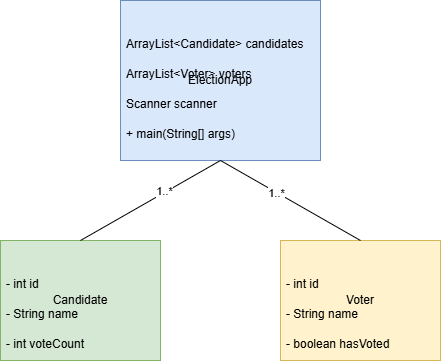
The draw.io diagram ElectionAppUML.png in devv-leo/election-app, before a commit. Source tidied: cells renumbered, new cells last; positions are measured from the earlier drawing's top-left corner, leaving out a move shared by most shapes. The source it was exported from:
```xml
<mxGraphModel>
  <root>
    <mxCell id="0" />
    <mxCell id="1" parent="0" />
    <mxCell id="2" value="ElectionApp" style="rounded=0;whiteSpace=wrap;html=1;fillColor=#dae8fc;strokeColor=#6c8ebf;" parent="1" vertex="1">
      <mxGeometry x="120" width="200" height="160" as="geometry" />
    </mxCell>
    <mxCell id="3" value="ArrayList&lt;Candidate&gt; candidates" style="text;strokeColor=none;fillColor=none;align=left;verticalAlign=top;spacingLeft=4;spacingRight=4;overflow=hidden;" parent="2" vertex="1">
      <mxGeometry y="30" width="200" height="30" as="geometry" />
    </mxCell>
    <mxCell id="4" value="ArrayList&lt;Voter&gt; voters" style="text;strokeColor=none;fillColor=none;align=left;verticalAlign=top;spacingLeft=4;spacingRight=4;overflow=hidden;" parent="2" vertex="1">
      <mxGeometry y="60" width="200" height="30" as="geometry" />
    </mxCell>
    <mxCell id="5" value="Scanner scanner" style="text;strokeColor=none;fillColor=none;align=left;verticalAlign=top;spacingLeft=4;spacingRight=4;overflow=hidden;" parent="2" vertex="1">
      <mxGeometry y="90" width="200" height="30" as="geometry" />
    </mxCell>
    <mxCell id="6" value="+ main(String[] args)" style="text;strokeColor=none;fillColor=none;align=left;verticalAlign=top;spacingLeft=4;spacingRight=4;overflow=hidden;" parent="2" vertex="1">
      <mxGeometry y="120" width="200" height="30" as="geometry" />
    </mxCell>
    <mxCell id="7" value="Candidate" style="rounded=0;whiteSpace=wrap;html=1;fillColor=#d5e8d4;strokeColor=#82b366;" parent="1" vertex="1">
      <mxGeometry y="240" width="160" height="120" as="geometry" />
    </mxCell>
    <mxCell id="8" value="- int id" style="text;strokeColor=none;fillColor=none;align=left;verticalAlign=top;spacingLeft=4;spacingRight=4;overflow=hidden;" parent="7" vertex="1">
      <mxGeometry y="30" width="160" height="30" as="geometry" />
    </mxCell>
    <mxCell id="9" value="- String name" style="text;strokeColor=none;fillColor=none;align=left;verticalAlign=top;spacingLeft=4;spacingRight=4;overflow=hidden;" parent="7" vertex="1">
      <mxGeometry y="60" width="160" height="30" as="geometry" />
    </mxCell>
    <mxCell id="10" value="- int voteCount" style="text;strokeColor=none;fillColor=none;align=left;verticalAlign=top;spacingLeft=4;spacingRight=4;overflow=hidden;" parent="7" vertex="1">
      <mxGeometry y="90" width="160" height="30" as="geometry" />
    </mxCell>
    <mxCell id="11" value="Voter" style="rounded=0;whiteSpace=wrap;html=1;fillColor=#fff2cc;strokeColor=#d6b656;" parent="1" vertex="1">
      <mxGeometry x="280" y="240" width="160" height="120" as="geometry" />
    </mxCell>
    <mxCell id="12" value="- int id" style="text;strokeColor=none;fillColor=none;align=left;verticalAlign=top;spacingLeft=4;spacingRight=4;overflow=hidden;" parent="11" vertex="1">
      <mxGeometry y="30" width="160" height="30" as="geometry" />
    </mxCell>
    <mxCell id="13" value="- String name" style="text;strokeColor=none;fillColor=none;align=left;verticalAlign=top;spacingLeft=4;spacingRight=4;overflow=hidden;" parent="11" vertex="1">
      <mxGeometry y="60" width="160" height="30" as="geometry" />
    </mxCell>
    <mxCell id="14" value="- boolean hasVoted" style="text;strokeColor=none;fillColor=none;align=left;verticalAlign=top;spacingLeft=4;spacingRight=4;overflow=hidden;" parent="11" vertex="1">
      <mxGeometry y="90" width="160" height="30" as="geometry" />
    </mxCell>
    <mxCell id="15" style="endArrow=none;html=1;rounded=0;exitX=0.5;exitY=1;exitDx=0;exitDy=0;entryX=0.5;entryY=0;entryDx=0;entryDy=0;" parent="1" edge="1" source="2" target="7">
      <mxGeometry relative="1" as="geometry" />
    </mxCell>
    <mxCell id="16" value="1..*" style="edgeLabel;html=1;align=center;verticalAlign=middle;" parent="15" vertex="1">
      <mxGeometry x="-0.2" y="-1" relative="1" as="geometry" />
    </mxCell>
    <mxCell id="17" style="endArrow=none;html=1;rounded=0;exitX=0.5;exitY=1;exitDx=0;exitDy=0;entryX=0.5;entryY=0;entryDx=0;entryDy=0;" parent="1" edge="1" source="2" target="11">
      <mxGeometry relative="1" as="geometry" />
    </mxCell>
    <mxCell id="18" value="1..*" style="edgeLabel;html=1;align=center;verticalAlign=middle;" parent="17" vertex="1">
      <mxGeometry x="-0.2" y="-1" relative="1" as="geometry" />
    </mxCell>
  </root>
</mxGraphModel>
```
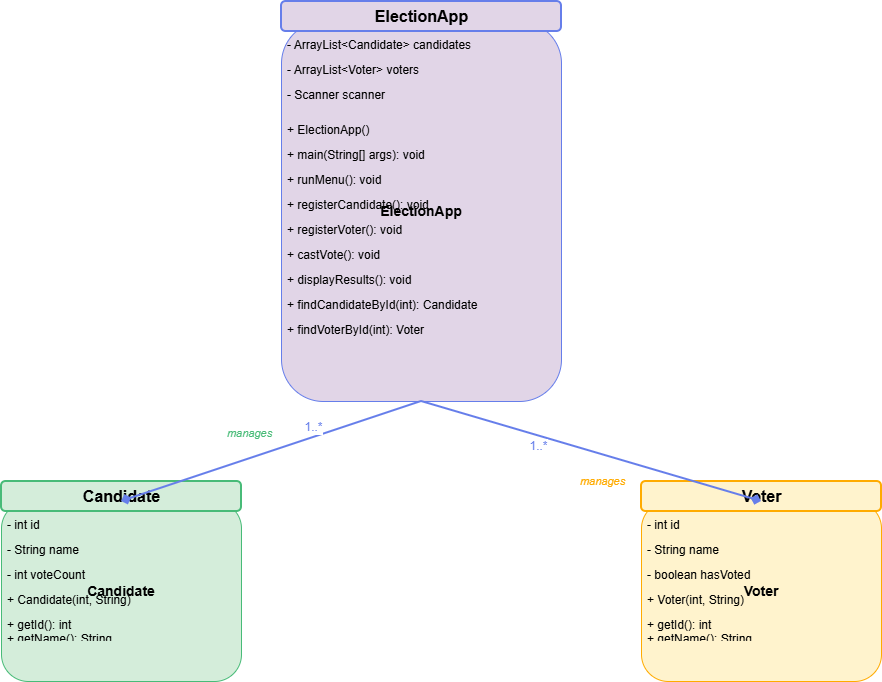
After the commit.

The edit, as a diff of the source:
```diff
@@ -2,56 +2,107 @@
   <root>
     <mxCell id="0" />
     <mxCell id="1" parent="0" />
-    <mxCell id="2" value="ElectionApp" style="rounded=0;whiteSpace=wrap;html=1;fillColor=#dae8fc;strokeColor=#6c8ebf;" parent="1" vertex="1">
-      <mxGeometry x="120" width="200" height="160" as="geometry" />
-    </mxCell>
-    <mxCell id="3" value="ArrayList&lt;Candidate&gt; candidates" style="text;strokeColor=none;fillColor=none;align=left;verticalAlign=top;spacingLeft=4;spacingRight=4;overflow=hidden;" parent="2" vertex="1">
-      <mxGeometry y="30" width="200" height="30" as="geometry" />
-    </mxCell>
-    <mxCell id="4" value="ArrayList&lt;Voter&gt; voters" style="text;strokeColor=none;fillColor=none;align=left;verticalAlign=top;spacingLeft=4;spacingRight=4;overflow=hidden;" parent="2" vertex="1">
-      <mxGeometry y="60" width="200" height="30" as="geometry" />
-    </mxCell>
-    <mxCell id="5" value="Scanner scanner" style="text;strokeColor=none;fillColor=none;align=left;verticalAlign=top;spacingLeft=4;spacingRight=4;overflow=hidden;" parent="2" vertex="1">
-      <mxGeometry y="90" width="200" height="30" as="geometry" />
-    </mxCell>
-    <mxCell id="6" value="+ main(String[] args)" style="text;strokeColor=none;fillColor=none;align=left;verticalAlign=top;spacingLeft=4;spacingRight=4;overflow=hidden;" parent="2" vertex="1">
-      <mxGeometry y="120" width="200" height="30" as="geometry" />
-    </mxCell>
-    <mxCell id="7" value="Candidate" style="rounded=0;whiteSpace=wrap;html=1;fillColor=#d5e8d4;strokeColor=#82b366;" parent="1" vertex="1">
-      <mxGeometry y="240" width="160" height="120" as="geometry" />
-    </mxCell>
-    <mxCell id="8" value="- int id" style="text;strokeColor=none;fillColor=none;align=left;verticalAlign=top;spacingLeft=4;spacingRight=4;overflow=hidden;" parent="7" vertex="1">
-      <mxGeometry y="30" width="160" height="30" as="geometry" />
-    </mxCell>
-    <mxCell id="9" value="- String name" style="text;strokeColor=none;fillColor=none;align=left;verticalAlign=top;spacingLeft=4;spacingRight=4;overflow=hidden;" parent="7" vertex="1">
-      <mxGeometry y="60" width="160" height="30" as="geometry" />
-    </mxCell>
+    <mxCell id="19" value="ElectionApp" style="rounded=1;whiteSpace=wrap;html=1;fillColor=#e1d5e7;strokeColor=#667eea;fontSize=14;fontStyle=1;" parent="1" vertex="1">
+      <mxGeometry x="570" y="210" width="280" height="380" as="geometry" />
+    </mxCell>
+    <mxCell id="20" value="- ArrayList&lt;Candidate&gt; candidates" style="text;strokeColor=none;fillColor=none;align=left;verticalAlign=top;spacingLeft=4;spacingRight=4;overflow=hidden;" parent="19" vertex="1">
+      <mxGeometry y="10" width="280" height="25" as="geometry" />
+    </mxCell>
+    <mxCell id="21" value="- ArrayList&lt;Voter&gt; voters" style="text;strokeColor=none;fillColor=none;align=left;verticalAlign=top;spacingLeft=4;spacingRight=4;overflow=hidden;" parent="19" vertex="1">
+      <mxGeometry y="35" width="280" height="25" as="geometry" />
+    </mxCell>
+    <mxCell id="22" value="- Scanner scanner" style="text;strokeColor=none;fillColor=none;align=left;verticalAlign=top;spacingLeft=4;spacingRight=4;overflow=hidden;" parent="19" vertex="1">
+      <mxGeometry y="60" width="280" height="25" as="geometry" />
+    </mxCell>
+    <mxCell id="23" value="+ ElectionApp()" style="text;strokeColor=none;fillColor=none;align=left;verticalAlign=top;spacingLeft=4;spacingRight=4;overflow=hidden;" parent="19" vertex="1">
+      <mxGeometry y="95" width="280" height="25" as="geometry" />
+    </mxCell>
+    <mxCell id="24" value="+ main(String[] args): void" style="text;strokeColor=none;fillColor=none;align=left;verticalAlign=top;spacingLeft=4;spacingRight=4;overflow=hidden;" parent="19" vertex="1">
+      <mxGeometry y="120" width="280" height="25" as="geometry" />
+    </mxCell>
+    <mxCell id="25" value="+ runMenu(): void" style="text;strokeColor=none;fillColor=none;align=left;verticalAlign=top;spacingLeft=4;spacingRight=4;overflow=hidden;" parent="19" vertex="1">
+      <mxGeometry y="145" width="280" height="25" as="geometry" />
+    </mxCell>
+    <mxCell id="26" value="+ registerCandidate(): void" style="text;strokeColor=none;fillColor=none;align=left;verticalAlign=top;spacingLeft=4;spacingRight=4;overflow=hidden;" parent="19" vertex="1">
+      <mxGeometry y="170" width="280" height="25" as="geometry" />
+    </mxCell>
+    <mxCell id="27" value="+ registerVoter(): void" style="text;strokeColor=none;fillColor=none;align=left;verticalAlign=top;spacingLeft=4;spacingRight=4;overflow=hidden;" parent="19" vertex="1">
+      <mxGeometry y="195" width="280" height="25" as="geometry" />
+    </mxCell>
+    <mxCell id="28" value="+ castVote(): void" style="text;strokeColor=none;fillColor=none;align=left;verticalAlign=top;spacingLeft=4;spacingRight=4;overflow=hidden;" parent="19" vertex="1">
+      <mxGeometry y="220" width="280" height="25" as="geometry" />
+    </mxCell>
+    <mxCell id="29" value="+ displayResults(): void" style="text;strokeColor=none;fillColor=none;align=left;verticalAlign=top;spacingLeft=4;spacingRight=4;overflow=hidden;" parent="19" vertex="1">
+      <mxGeometry y="245" width="280" height="25" as="geometry" />
+    </mxCell>
+    <mxCell id="30" value="+ findCandidateById(int): Candidate" style="text;strokeColor=none;fillColor=none;align=left;verticalAlign=top;spacingLeft=4;spacingRight=4;overflow=hidden;" parent="19" vertex="1">
+      <mxGeometry y="270" width="280" height="25" as="geometry" />
+    </mxCell>
+    <mxCell id="31" value="+ findVoterById(int): Voter" style="text;strokeColor=none;fillColor=none;align=left;verticalAlign=top;spacingLeft=4;spacingRight=4;overflow=hidden;" parent="19" vertex="1">
+      <mxGeometry y="295" width="280" height="25" as="geometry" />
+    </mxCell>
+    <mxCell id="32" value="ElectionApp" style="text;strokeColor=#667eea;fillColor=#e1d5e7;html=1;align=center;verticalAlign=middle;fontSize=16;fontStyle=1;rounded=1;strokeWidth=2;" parent="1" vertex="1">
+      <mxGeometry x="570" y="190" width="280" height="30" as="geometry" />
+    </mxCell>
+    <mxCell id="33" value="Candidate" style="rounded=1;whiteSpace=wrap;html=1;fillColor=#d4edda;strokeColor=#48bb78;fontSize=14;fontStyle=1;" parent="1" vertex="1">
+      <mxGeometry x="290" y="690" width="240" height="180" as="geometry" />
+    </mxCell>
+    <mxCell id="34" value="- int id" style="text;strokeColor=none;fillColor=none;align=left;verticalAlign=top;spacingLeft=4;spacingRight=4;overflow=hidden;" parent="33" vertex="1">
+      <mxGeometry y="10" width="240" height="25" as="geometry" />
+    </mxCell>
+    <mxCell id="35" value="- String name" style="text;strokeColor=none;fillColor=none;align=left;verticalAlign=top;spacingLeft=4;spacingRight=4;overflow=hidden;" parent="33" vertex="1">
+      <mxGeometry y="35" width="240" height="25" as="geometry" />
+    </mxCell>
-    <mxCell id="10" value="- int voteCount" style="text;strokeColor=none;fillColor=none;align=left;verticalAlign=top;spacingLeft=4;spacingRight=4;overflow=hidden;" parent="7" vertex="1">
-      <mxGeometry y="90" width="160" height="30" as="geometry" />
+    <mxCell id="10" value="- int voteCount" style="text;strokeColor=none;fillColor=none;align=left;verticalAlign=top;spacingLeft=4;spacingRight=4;overflow=hidden;" parent="33" vertex="1">
+      <mxGeometry y="60" width="240" height="25" as="geometry" />
     </mxCell>
-    <mxCell id="11" value="Voter" style="rounded=0;whiteSpace=wrap;html=1;fillColor=#fff2cc;strokeColor=#d6b656;" parent="1" vertex="1">
-      <mxGeometry x="280" y="240" width="160" height="120" as="geometry" />
-    </mxCell>
-    <mxCell id="12" value="- int id" style="text;strokeColor=none;fillColor=none;align=left;verticalAlign=top;spacingLeft=4;spacingRight=4;overflow=hidden;" parent="11" vertex="1">
-      <mxGeometry y="30" width="160" height="30" as="geometry" />
-    </mxCell>
-    <mxCell id="13" value="- String name" style="text;strokeColor=none;fillColor=none;align=left;verticalAlign=top;spacingLeft=4;spacingRight=4;overflow=hidden;" parent="11" vertex="1">
-      <mxGeometry y="60" width="160" height="30" as="geometry" />
-    </mxCell>
+    <mxCell id="36" value="+ Candidate(int, String)" style="text;strokeColor=none;fillColor=none;align=left;verticalAlign=top;spacingLeft=4;spacingRight=4;overflow=hidden;" parent="33" vertex="1">
+      <mxGeometry y="85" width="240" height="25" as="geometry" />
+    </mxCell>
+    <mxCell id="37" value="+ getId(): int&#10;+ getName(): String&#10;+ getVoteCount(): int&#10;+ incrementVoteCount(): void" style="text;strokeColor=none;fillColor=none;align=left;verticalAlign=top;spacingLeft=4;spacingRight=4;overflow=hidden;" parent="33" vertex="1">
+      <mxGeometry y="110" width="240" height="25" as="geometry" />
+    </mxCell>
+    <mxCell id="38" value="Candidate" style="text;strokeColor=#48bb78;fillColor=#d4edda;html=1;align=center;verticalAlign=middle;fontSize=16;fontStyle=1;rounded=1;strokeWidth=2;" parent="1" vertex="1">
+      <mxGeometry x="290" y="670" width="240" height="30" as="geometry" />
+    </mxCell>
+    <mxCell id="39" value="Voter" style="rounded=1;whiteSpace=wrap;html=1;fillColor=#fff3cd;strokeColor=#ffab00;fontSize=14;fontStyle=1;" parent="1" vertex="1">
+      <mxGeometry x="930" y="690" width="240" height="180" as="geometry" />
+    </mxCell>
+    <mxCell id="40" value="- int id" style="text;strokeColor=none;fillColor=none;align=left;verticalAlign=top;spacingLeft=4;spacingRight=4;overflow=hidden;" parent="39" vertex="1">
+      <mxGeometry y="10" width="240" height="25" as="geometry" />
+    </mxCell>
+    <mxCell id="41" value="- String name" style="text;strokeColor=none;fillColor=none;align=left;verticalAlign=top;spacingLeft=4;spacingRight=4;overflow=hidden;" parent="39" vertex="1">
+      <mxGeometry y="35" width="240" height="25" as="geometry" />
+    </mxCell>
-    <mxCell id="14" value="- boolean hasVoted" style="text;strokeColor=none;fillColor=none;align=left;verticalAlign=top;spacingLeft=4;spacingRight=4;overflow=hidden;" parent="11" vertex="1">
-      <mxGeometry y="90" width="160" height="30" as="geometry" />
+    <mxCell id="14" value="- boolean hasVoted" style="text;strokeColor=none;fillColor=none;align=left;verticalAlign=top;spacingLeft=4;spacingRight=4;overflow=hidden;" parent="39" vertex="1">
+      <mxGeometry y="60" width="240" height="25" as="geometry" />
     </mxCell>
-    <mxCell id="15" style="endArrow=none;html=1;rounded=0;exitX=0.5;exitY=1;exitDx=0;exitDy=0;entryX=0.5;entryY=0;entryDx=0;entryDy=0;" parent="1" edge="1" source="2" target="7">
-      <mxGeometry relative="1" as="geometry" />
-    </mxCell>
-    <mxCell id="16" value="1..*" style="edgeLabel;html=1;align=center;verticalAlign=middle;" parent="15" vertex="1">
-      <mxGeometry x="-0.2" y="-1" relative="1" as="geometry" />
-    </mxCell>
-    <mxCell id="17" style="endArrow=none;html=1;rounded=0;exitX=0.5;exitY=1;exitDx=0;exitDy=0;entryX=0.5;entryY=0;entryDx=0;entryDy=0;" parent="1" edge="1" source="2" target="11">
-      <mxGeometry relative="1" as="geometry" />
-    </mxCell>
-    <mxCell id="18" value="1..*" style="edgeLabel;html=1;align=center;verticalAlign=middle;" parent="17" vertex="1">
-      <mxGeometry x="-0.2" y="-1" relative="1" as="geometry" />
-    </mxCell>
+    <mxCell id="42" value="+ Voter(int, String)" style="text;strokeColor=none;fillColor=none;align=left;verticalAlign=top;spacingLeft=4;spacingRight=4;overflow=hidden;" parent="39" vertex="1">
+      <mxGeometry y="85" width="240" height="25" as="geometry" />
+    </mxCell>
+    <mxCell id="43" value="+ getId(): int&#10;+ getName(): String&#10;+ hasVoted(): boolean&#10;+ setVoted(): void" style="text;strokeColor=none;fillColor=none;align=left;verticalAlign=top;spacingLeft=4;spacingRight=4;overflow=hidden;" parent="39" vertex="1">
+      <mxGeometry y="110" width="240" height="25" as="geometry" />
+    </mxCell>
+    <mxCell id="44" value="Voter" style="text;strokeColor=#ffab00;fillColor=#fff3cd;html=1;align=center;verticalAlign=middle;fontSize=16;fontStyle=1;rounded=1;strokeWidth=2;" parent="1" vertex="1">
+      <mxGeometry x="930" y="670" width="240" height="30" as="geometry" />
+    </mxCell>
+    <mxCell id="45" style="endArrow=diamond;html=1;rounded=0;exitX=0.5;exitY=1;exitDx=0;exitDy=0;entryX=0.5;entryY=0;entryDx=0;entryDy=0;strokeWidth=2;strokeColor=#667eea;" parent="1" edge="1" source="19" target="33">
+      <mxGeometry relative="1" as="geometry" />
+    </mxCell>
+    <mxCell id="46" value="1..*" style="edgeLabel;html=1;align=center;verticalAlign=middle;fontSize=12;fontColor=#667eea;" parent="45" vertex="1">
+      <mxGeometry x="-0.3" y="-10" relative="1" as="geometry" />
+    </mxCell>
+    <mxCell id="47" value="manages" style="edgeLabel;html=1;align=center;verticalAlign=middle;fontSize=11;fontStyle=2;fontColor=#48bb78;" parent="45" vertex="1">
+      <mxGeometry x="0.1" y="-25" relative="1" as="geometry" />
+    </mxCell>
+    <mxCell id="48" style="endArrow=diamond;html=1;rounded=0;exitX=0.5;exitY=1;exitDx=0;exitDy=0;entryX=0.5;entryY=0;entryDx=0;entryDy=0;strokeWidth=2;strokeColor=#667eea;" parent="1" edge="1" source="19" target="39">
+      <mxGeometry relative="1" as="geometry" />
+    </mxCell>
+    <mxCell id="49" value="1..*" style="edgeLabel;html=1;align=center;verticalAlign=middle;fontSize=12;fontColor=#667eea;" parent="48" vertex="1">
+      <mxGeometry x="-0.3" y="-10" relative="1" as="geometry" />
+    </mxCell>
+    <mxCell id="50" value="manages" style="edgeLabel;html=1;align=center;verticalAlign=middle;fontSize=11;fontStyle=2;fontColor=#ffab00;" parent="48" vertex="1">
+      <mxGeometry x="0.1" y="-25" relative="1" as="geometry" />
+    </mxCell>
   </root>
 </mxGraphModel>
```
